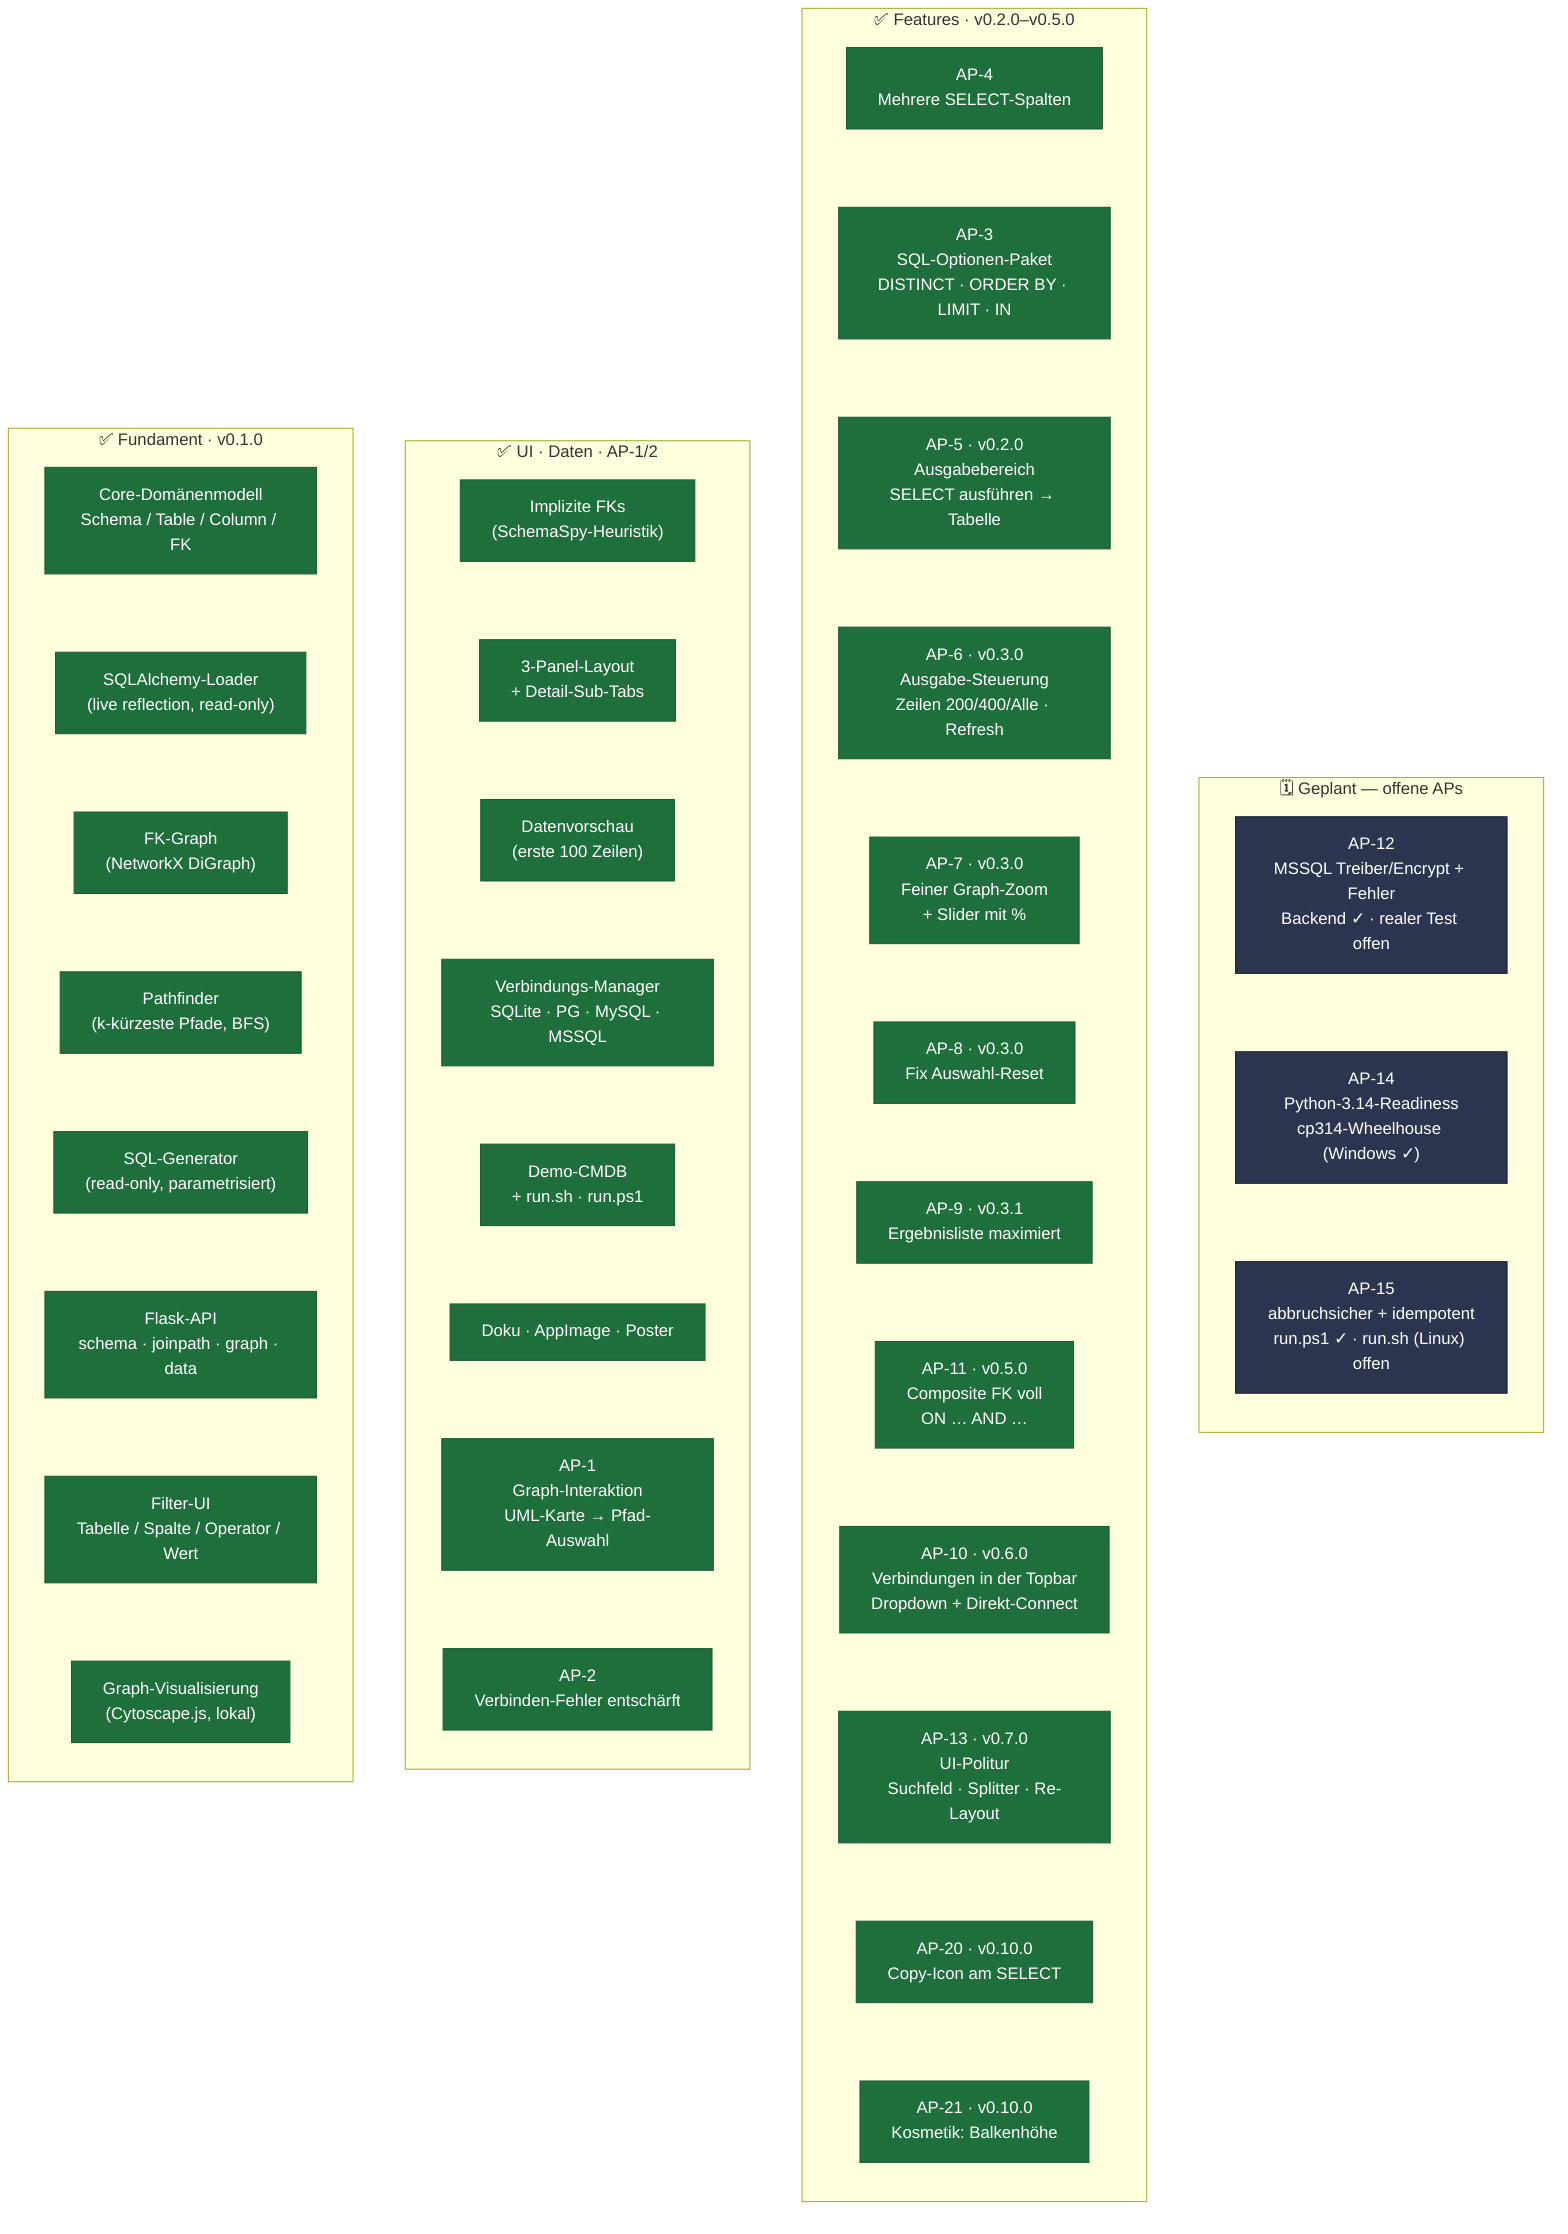
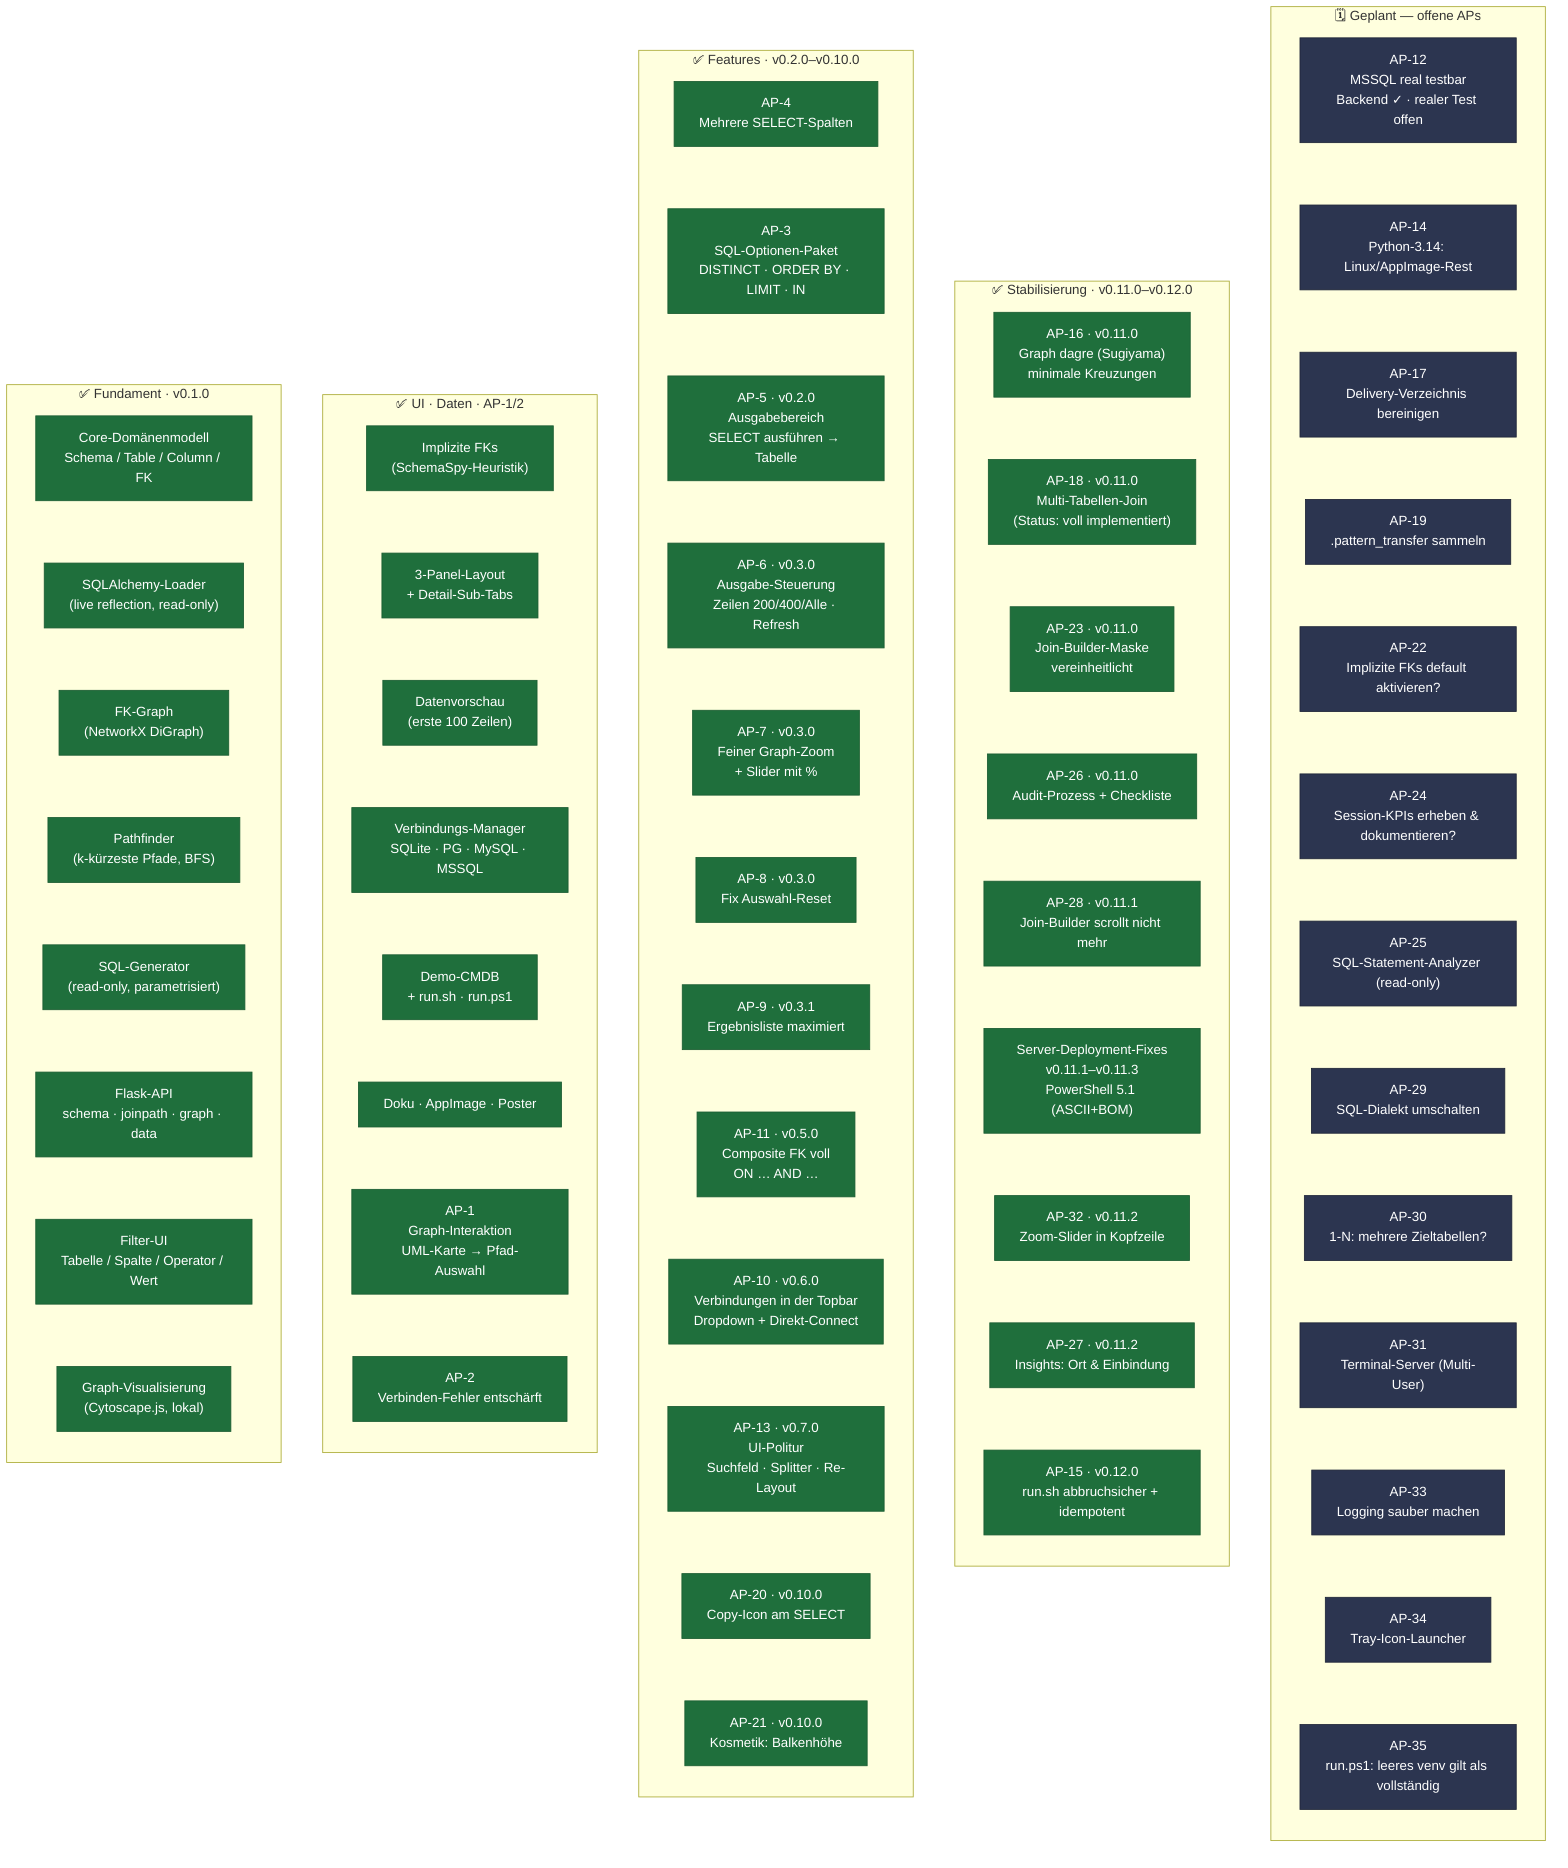
flowchart LR
    classDef done fill:#1f6f3c,color:#fff,stroke:#1a5c32
    classDef wip  fill:#7a5c00,color:#fff,stroke:#5e4600
    classDef plan fill:#2c3550,color:#fff,stroke:#1e2538

    subgraph S1["✅  Fundament · v0.1.0"]
        direction TB
        D1["Core-Domänenmodell\nSchema / Table / Column / FK"]
        D2["SQLAlchemy-Loader\n(live reflection, read-only)"]
        D3["FK-Graph\n(NetworkX DiGraph)"]
        D4["Pathfinder\n(k-kürzeste Pfade, BFS)"]
        D5["SQL-Generator\n(read-only, parametrisiert)"]
        D6["Flask-API\nschema · joinpath · graph · data"]
        D7["Filter-UI\nTabelle / Spalte / Operator / Wert"]
        D8["Graph-Visualisierung\n(Cytoscape.js, lokal)"]
        D1 ~~~ D2 ~~~ D3 ~~~ D4 ~~~ D5 ~~~ D6 ~~~ D7 ~~~ D8
    end

    subgraph S2["✅  UI · Daten · AP-1/2"]
        direction TB
        D9["Implizite FKs\n(SchemaSpy-Heuristik)"]
        D10["3-Panel-Layout\n+ Detail-Sub-Tabs"]
        D11["Datenvorschau\n(erste 100 Zeilen)"]
        D12["Verbindungs-Manager\nSQLite · PG · MySQL · MSSQL"]
        D13["Demo-CMDB\n+ run.sh · run.ps1"]
        D14["Doku · AppImage · Poster"]
        D15["AP-1\nGraph-Interaktion\nUML-Karte → Pfad-Auswahl"]
        D16["AP-2\nVerbinden-Fehler entschärft"]
        D9 ~~~ D10 ~~~ D11 ~~~ D12 ~~~ D13 ~~~ D14 ~~~ D15 ~~~ D16
    end

-     subgraph S3["✅  Features · v0.2.0–v0.5.0"]
+     subgraph S3["✅  Features · v0.2.0–v0.10.0"]
        direction TB
        D17["AP-4\nMehrere SELECT-Spalten"]
        D18["AP-3\nSQL-Optionen-Paket\nDISTINCT · ORDER BY · LIMIT · IN"]
        D19["AP-5 · v0.2.0\nAusgabebereich\nSELECT ausführen → Tabelle"]
        D20["AP-6 · v0.3.0\nAusgabe-Steuerung\nZeilen 200/400/Alle · Refresh"]
        D21["AP-7 · v0.3.0\nFeiner Graph-Zoom\n+ Slider mit %"]
        D22["AP-8 · v0.3.0\nFix Auswahl-Reset"]
        D23["AP-9 · v0.3.1\nErgebnisliste maximiert"]
        D24["AP-11 · v0.5.0\nComposite FK voll\nON … AND …"]
        D25["AP-10 · v0.6.0\nVerbindungen in der Topbar\nDropdown + Direkt-Connect"]
        D26["AP-13 · v0.7.0\nUI-Politur\nSuchfeld · Splitter · Re-Layout"]
        D27["AP-20 · v0.10.0\nCopy-Icon am SELECT"]
        D28["AP-21 · v0.10.0\nKosmetik: Balkenhöhe"]
        D17 ~~~ D18 ~~~ D19 ~~~ D20 ~~~ D21 ~~~ D22 ~~~ D23 ~~~ D24 ~~~ D25 ~~~ D26 ~~~ D27 ~~~ D28
    end

-     subgraph S4["🗓️  Geplant — offene APs"]
+     subgraph S4["✅  Stabilisierung · v0.11.0–v0.12.0"]
        direction TB
-         P12["AP-12\nMSSQL Treiber/Encrypt + Fehler\nBackend ✓ · realer Test offen"]
-         P14["AP-14\nPython-3.14-Readiness\ncp314-Wheelhouse (Windows ✓)"]
-         P15["AP-15\nabbruchsicher + idempotent\nrun.ps1 ✓ · run.sh (Linux) offen"]
-         P12 ~~~ P14 ~~~ P15
+         E1["AP-16 · v0.11.0\nGraph dagre (Sugiyama)\nminimale Kreuzungen"]
+         E2["AP-18 · v0.11.0\nMulti-Tabellen-Join\n(Status: voll implementiert)"]
+         E3["AP-23 · v0.11.0\nJoin-Builder-Maske\nvereinheitlicht"]
+         E4["AP-26 · v0.11.0\nAudit-Prozess + Checkliste"]
+         E5["AP-28 · v0.11.1\nJoin-Builder scrollt nicht mehr"]
+         E6["Server-Deployment-Fixes\nv0.11.1–v0.11.3\nPowerShell 5.1 (ASCII+BOM)"]
+         E7["AP-32 · v0.11.2\nZoom-Slider in Kopfzeile"]
+         E8["AP-27 · v0.11.2\nInsights: Ort & Einbindung"]
+         E9["AP-15 · v0.12.0\nrun.sh abbruchsicher + idempotent"]
+         E1 ~~~ E2 ~~~ E3 ~~~ E4 ~~~ E5 ~~~ E6 ~~~ E7 ~~~ E8 ~~~ E9
+     end
+ 
+     subgraph S5["🗓️  Geplant — offene APs"]
+         direction TB
+         P12["AP-12\nMSSQL real testbar\nBackend ✓ · realer Test offen"]
+         P14["AP-14\nPython-3.14: Linux/AppImage-Rest"]
+         P17["AP-17\nDelivery-Verzeichnis bereinigen"]
+         P19["AP-19\n.pattern_transfer sammeln"]
+         P22["AP-22\nImplizite FKs default aktivieren?"]
+         P24["AP-24\nSession-KPIs erheben & dokumentieren?"]
+         P25["AP-25\nSQL-Statement-Analyzer (read-only)"]
+         P29["AP-29\nSQL-Dialekt umschalten"]
+         P30["AP-30\n1-N: mehrere Zieltabellen?"]
+         P31["AP-31\nTerminal-Server (Multi-User)"]
+         P33["AP-33\nLogging sauber machen"]
+         P34["AP-34\nTray-Icon-Launcher"]
+         P35["AP-35\nrun.ps1: leeres venv gilt als vollständig"]
+         P12 ~~~ P14 ~~~ P17 ~~~ P19 ~~~ P22 ~~~ P24 ~~~ P25 ~~~ P29 ~~~ P30 ~~~ P31 ~~~ P33 ~~~ P34 ~~~ P35
    end

    %% Subgraphs nebeneinander erzwingen (sonst stapelt dagre sie vertikal)
-     S1 ~~~ S2 ~~~ S3 ~~~ S4
+     S1 ~~~ S2 ~~~ S3 ~~~ S4 ~~~ S5

    class D1,D2,D3,D4,D5,D6,D7,D8,D9,D10,D11,D12,D13,D14,D15,D16,D17,D18,D19,D20,D21,D22,D23,D24,D25,D26,D27,D28 done
-     class P12,P14,P15 plan
+     class E1,E2,E3,E4,E5,E6,E7,E8,E9 done
+     class P12,P14,P17,P19,P22,P24,P25,P29,P30,P31,P33,P34,P35 plan
